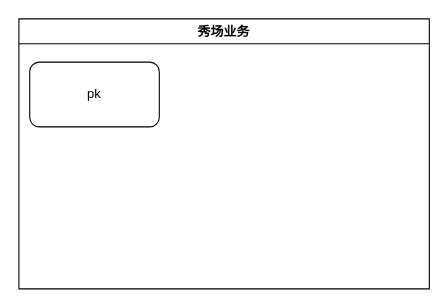
wclssdn/draw.io keeps this draw.io diagram as page "秀场" (1 of 3) of pepper/秀场.drawio. Above is the earlier version. Source tidied: cells renumbered, new cells numbered last; positions are measured from the earlier drawing's top-left corner, leaving out a move shared by most shapes. Both pictures are drawn from the tidied source at 108%, with x=0, y=0 at pixel (18, 18).
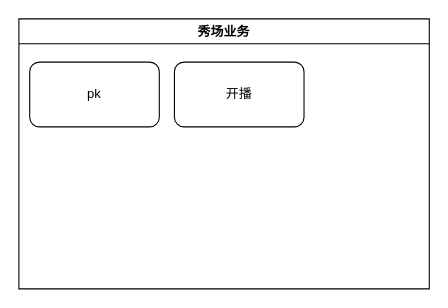
Above is the later version.

Diff of the diagram source:
```diff
@@
 <mxGraphModel>
   <root>
     <mxCell id="0" />
     <mxCell id="1" parent="0" />
     <mxCell id="2" value="秀场业务" style="swimlane;" parent="1" vertex="1">
       <mxGeometry width="380" height="250" as="geometry" />
     </mxCell>
     <mxCell id="3" value="pk" style="rounded=1;whiteSpace=wrap;html=1;" parent="2" vertex="1">
       <mxGeometry x="10" y="40" width="120" height="60" as="geometry" />
     </mxCell>
+    <mxCell id="4" value="开播" style="rounded=1;whiteSpace=wrap;html=1;" parent="2" vertex="1">
+      <mxGeometry x="144" y="40" width="120" height="60" as="geometry" />
+    </mxCell>
   </root>
 </mxGraphModel>
```
